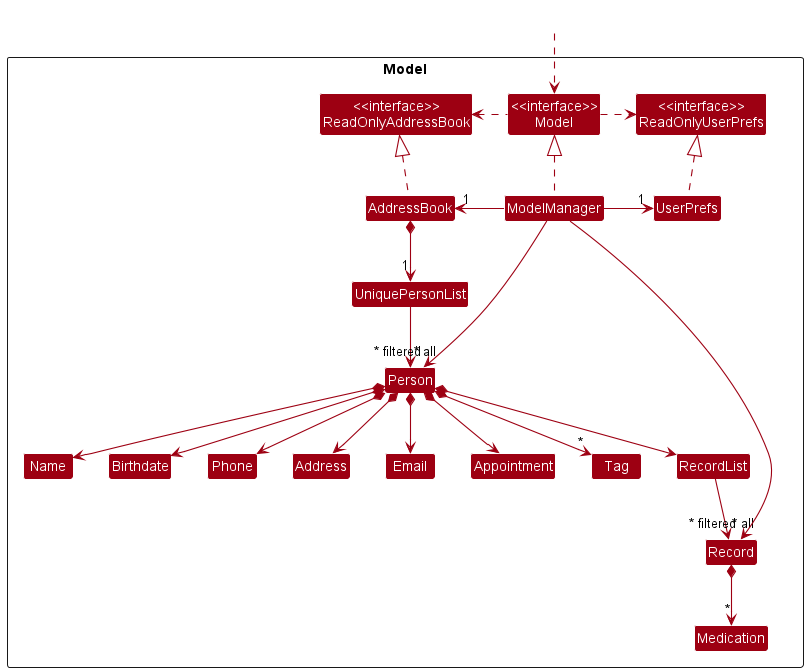
The PlantUML diagram docs/images/ModelClassDiagram.png in nus-cs2103-AY2223S1/tp, before a commit.
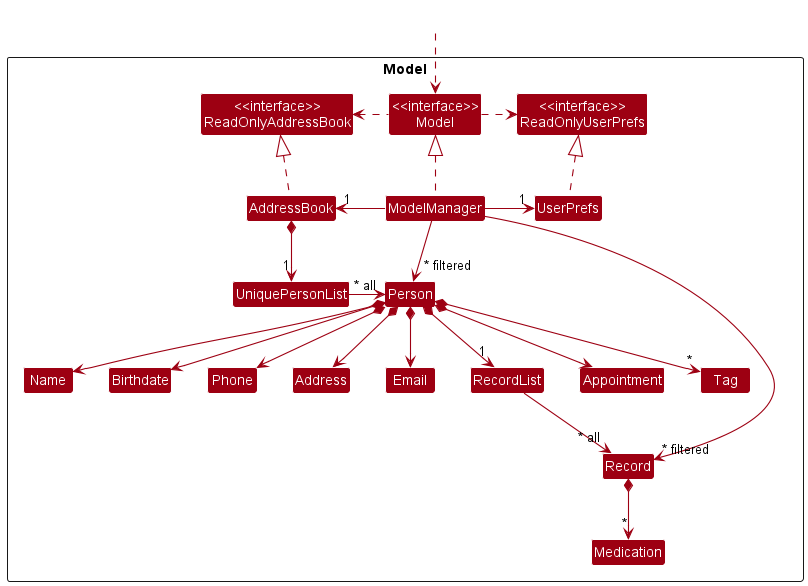
Later version of the same file.

The edit, as a diff of the source:
```diff
@@ -35,28 +35,29 @@
 ModelManager .up.|> Model
 Model .right.> ReadOnlyUserPrefs
 Model .left.> ReadOnlyAddressBook
+UniquePersonList -right-> "~* all" Person
 ModelManager -left-> "1" AddressBook
 ModelManager -right-> "1" UserPrefs
 UserPrefs .up.|> ReadOnlyUserPrefs
 
 AddressBook *--> "1" UniquePersonList
-UniquePersonList --> "~* all" Person
 Person *--> Birthdate
 Person *--> Name
 Person *--> Phone
 Person *--> Email
 Person *--> Address
 Person *--> Appointment
-Person *--> RecordList
+Person *--> "1" RecordList
 Person *--> "*" Tag
 
 Name -[hidden]right-> Birthdate
 Phone -[hidden]right-> Address
 Address -[hidden]right-> Email
 
+Email -[hidden]right-> RecordList
 RecordList --> "~* all" Record
 Record *--> "*" Medication
 
-ModelManager -->"~* filtered" Person
+ModelManager -down->"~* filtered" Person
 ModelManager -->"~* filtered" Record
 @enduml
```
